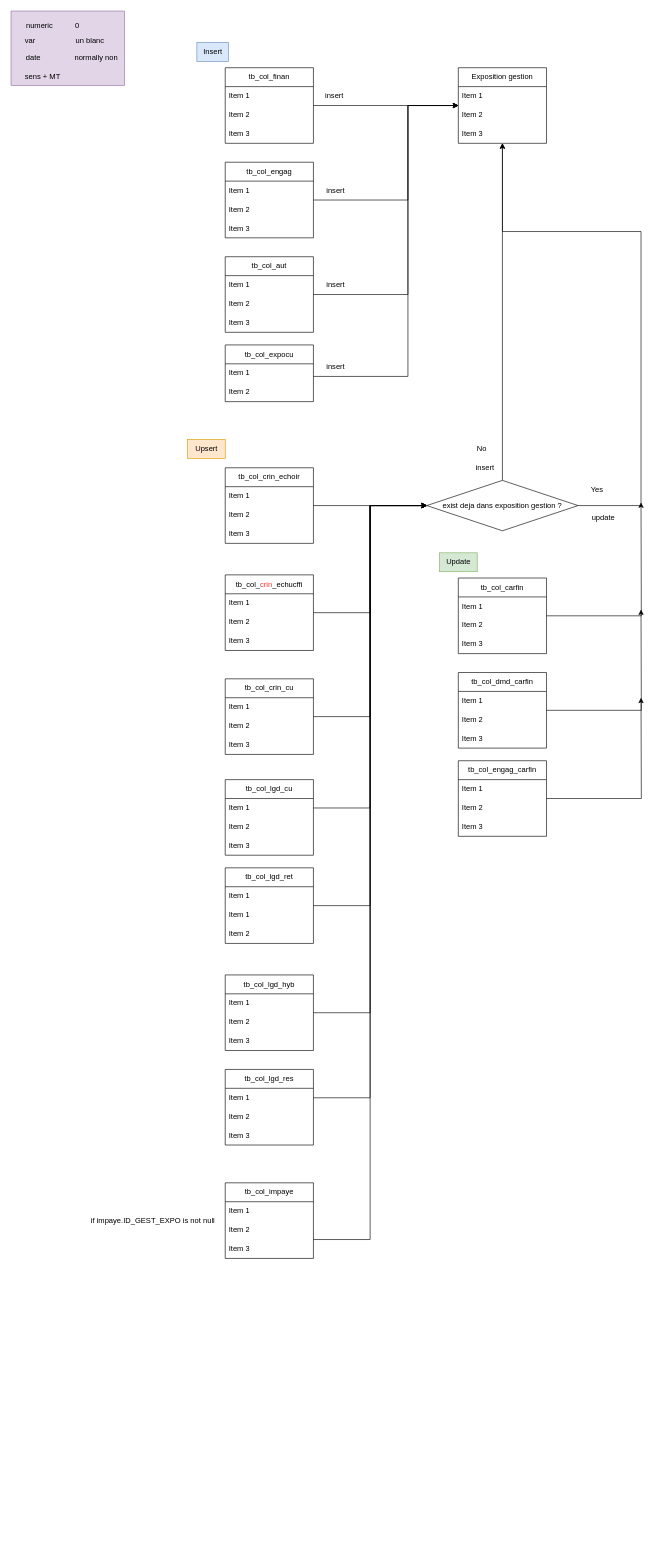
The draw.io diagram page "expo_gestion" (1 of 7) of schema_laurent.drawio in wunyu/drawio, before the edit. Source tidied: cells renumbered, new cells numbered last; positions are measured from the earlier drawing's top-left corner, leaving out a move shared by most shapes. Both pictures are drawn from the tidied source at 63%, with x=0, y=0 at pixel (11, 11).
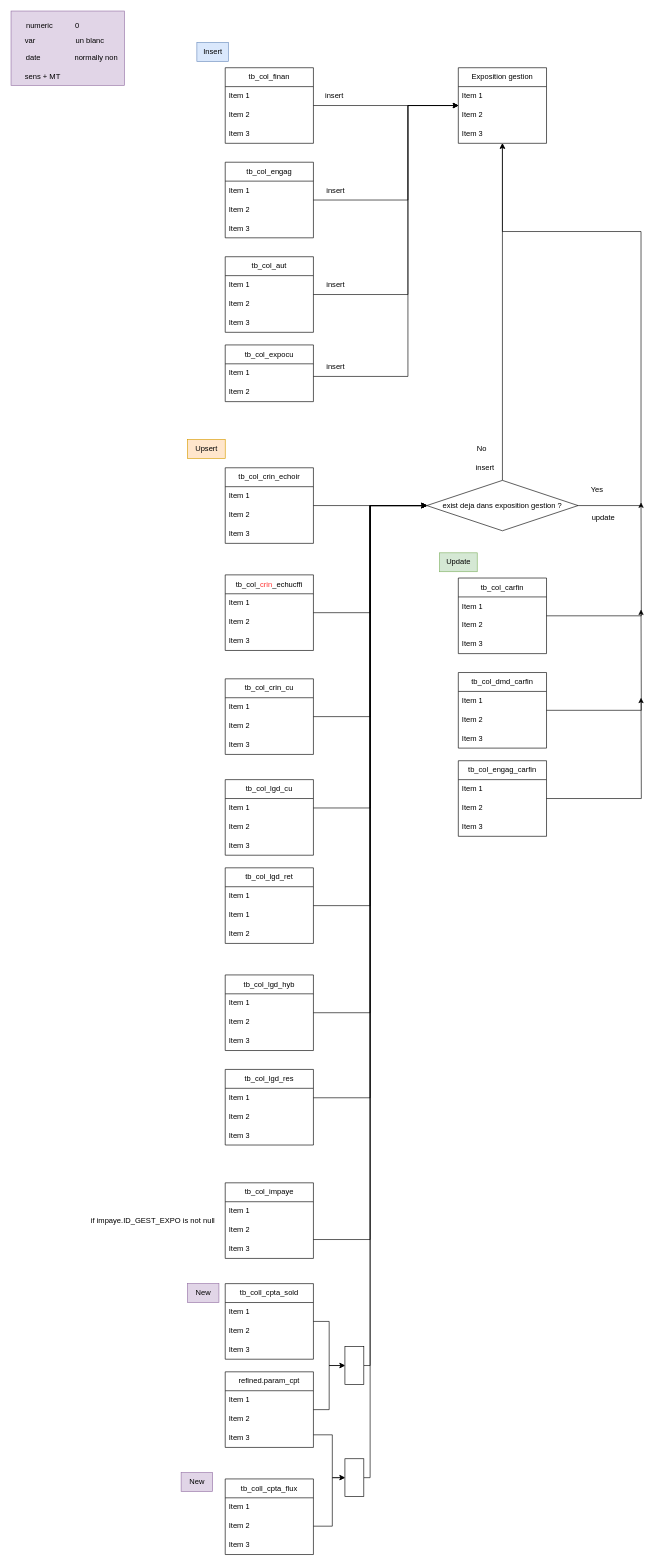
Above is the later version.

The change refers to these unchanged cells:
```xml
<mxCell id="32" value="exist deja dans exposition gestion ?" style="rhombus;whiteSpace=wrap;html=1;" parent="1" vertex="1">
  <mxGeometry x="660" y="745" width="240" height="80" as="geometry" />
</mxCell>
```

The edit, as a diff of the source:
```diff
@@
+    <mxCell id="103" style="edgeStyle=orthogonalEdgeStyle;rounded=0;jettySize=auto;html=1;" parent="1" edge="1" source="104" target="121">
+      <mxGeometry relative="1" as="geometry" />
+    </mxCell>
+    <mxCell id="104" value="tb_coll_cpta_sold" style="swimlane;fontStyle=0;horizontal=1;startSize=30;whiteSpace=wrap;html=1;" parent="1" vertex="1">
+      <mxGeometry x="340" y="2020" width="140" height="120" as="geometry" />
+    </mxCell>
+    <mxCell id="105" value="Item 1" style="text;strokeColor=none;fillColor=none;align=left;verticalAlign=middle;spacingLeft=4;spacingRight=4;overflow=hidden;whiteSpace=wrap;html=1;" parent="104" vertex="1">
+      <mxGeometry y="30" width="140" height="30" as="geometry" />
+    </mxCell>
+    <mxCell id="106" value="Item 2" style="text;strokeColor=none;fillColor=none;align=left;verticalAlign=middle;spacingLeft=4;spacingRight=4;overflow=hidden;whiteSpace=wrap;html=1;" parent="104" vertex="1">
+      <mxGeometry y="60" width="140" height="30" as="geometry" />
+    </mxCell>
+    <mxCell id="107" value="Item 3" style="text;strokeColor=none;fillColor=none;align=left;verticalAlign=middle;spacingLeft=4;spacingRight=4;overflow=hidden;whiteSpace=wrap;html=1;" parent="104" vertex="1">
+      <mxGeometry y="90" width="140" height="30" as="geometry" />
+    </mxCell>
+    <mxCell id="108" value="tb_coll_cpta_flux" style="swimlane;fontStyle=0;horizontal=1;startSize=30;whiteSpace=wrap;html=1;" parent="1" vertex="1">
+      <mxGeometry x="340" y="2330" width="140" height="120" as="geometry" />
+    </mxCell>
+    <mxCell id="109" value="Item 1" style="text;strokeColor=none;fillColor=none;align=left;verticalAlign=middle;spacingLeft=4;spacingRight=4;overflow=hidden;whiteSpace=wrap;html=1;" parent="108" vertex="1">
+      <mxGeometry y="30" width="140" height="30" as="geometry" />
+    </mxCell>
+    <mxCell id="110" value="Item 2" style="text;strokeColor=none;fillColor=none;align=left;verticalAlign=middle;spacingLeft=4;spacingRight=4;overflow=hidden;points=[[0,0.5],[1,0.5]];portConstraint=eastwest;whiteSpace=wrap;html=1;" parent="108" vertex="1">
+      <mxGeometry y="60" width="140" height="30" as="geometry" />
+    </mxCell>
+    <mxCell id="111" value="Item 3" style="text;strokeColor=none;fillColor=none;align=left;verticalAlign=middle;spacingLeft=4;spacingRight=4;overflow=hidden;whiteSpace=wrap;html=1;" parent="108" vertex="1">
+      <mxGeometry y="90" width="140" height="30" as="geometry" />
+    </mxCell>
+    <mxCell id="112" value="New" style="text;html=1;align=center;verticalAlign=middle;strokeColor=#9673a6;fillColor=#e1d5e7;" parent="1" vertex="1">
+      <mxGeometry x="280" y="2020" width="50" height="30" as="geometry" />
+    </mxCell>
+    <mxCell id="113" value="New" style="text;html=1;align=center;verticalAlign=middle;strokeColor=#9673a6;fillColor=#e1d5e7;" parent="1" vertex="1">
+      <mxGeometry x="270" y="2320" width="50" height="30" as="geometry" />
+    </mxCell>
+    <mxCell id="114" style="edgeStyle=orthogonalEdgeStyle;rounded=0;jettySize=auto;html=1;" parent="1" edge="1" source="116" target="121">
+      <mxGeometry relative="1" as="geometry" />
+    </mxCell>
+    <mxCell id="115" style="edgeStyle=orthogonalEdgeStyle;rounded=0;jettySize=auto;html=1;" parent="1" edge="1" source="116" target="123">
+      <mxGeometry relative="1" as="geometry">
+        <Array as="points">
+          <mxPoint x="510" y="2260" />
+          <mxPoint x="510" y="2328" />
+        </Array>
+      </mxGeometry>
+    </mxCell>
+    <mxCell id="116" value="refined.param_cpt" style="swimlane;fontStyle=0;horizontal=1;startSize=30;whiteSpace=wrap;html=1;" parent="1" vertex="1">
+      <mxGeometry x="340" y="2160" width="140" height="120" as="geometry" />
+    </mxCell>
+    <mxCell id="117" value="Item 1" style="text;strokeColor=none;fillColor=none;align=left;verticalAlign=middle;spacingLeft=4;spacingRight=4;overflow=hidden;whiteSpace=wrap;html=1;" parent="116" vertex="1">
+      <mxGeometry y="30" width="140" height="30" as="geometry" />
+    </mxCell>
+    <mxCell id="118" value="Item 2" style="text;strokeColor=none;fillColor=none;align=left;verticalAlign=middle;spacingLeft=4;spacingRight=4;overflow=hidden;whiteSpace=wrap;html=1;" parent="116" vertex="1">
+      <mxGeometry y="60" width="140" height="30" as="geometry" />
+    </mxCell>
+    <mxCell id="119" value="Item 3" style="text;strokeColor=none;fillColor=none;align=left;verticalAlign=middle;spacingLeft=4;spacingRight=4;overflow=hidden;whiteSpace=wrap;html=1;" parent="116" vertex="1">
+      <mxGeometry y="90" width="140" height="30" as="geometry" />
+    </mxCell>
+    <mxCell id="120" style="edgeStyle=orthogonalEdgeStyle;rounded=0;jettySize=auto;html=1;" parent="1" edge="1" source="121" target="32">
+      <mxGeometry relative="1" as="geometry">
+        <Array as="points">
+          <mxPoint x="570" y="785" />
+        </Array>
+      </mxGeometry>
+    </mxCell>
+    <mxCell id="121" style="rounded=0;whiteSpace=wrap;html=1;" parent="1" vertex="1">
+      <mxGeometry x="530" y="2120" width="30" height="60" as="geometry" />
+    </mxCell>
+    <mxCell id="122" style="edgeStyle=orthogonalEdgeStyle;rounded=0;jettySize=auto;html=1;" parent="1" edge="1" source="123" target="32">
+      <mxGeometry relative="1" as="geometry">
+        <Array as="points">
+          <mxPoint x="570" y="785" />
+        </Array>
+      </mxGeometry>
+    </mxCell>
+    <mxCell id="123" style="rounded=0;whiteSpace=wrap;html=1;" parent="1" vertex="1">
+      <mxGeometry x="530" y="2298" width="30" height="60" as="geometry" />
+    </mxCell>
+    <mxCell id="124" style="edgeStyle=orthogonalEdgeStyle;rounded=0;jettySize=auto;html=1;entryX=0;entryY=0.5;entryDx=0;entryDy=0;" parent="1" edge="1" source="110" target="123">
+      <mxGeometry relative="1" as="geometry">
+        <Array as="points">
+          <mxPoint x="510" y="2405" />
+          <mxPoint x="510" y="2328" />
+        </Array>
+      </mxGeometry>
+    </mxCell>
```
